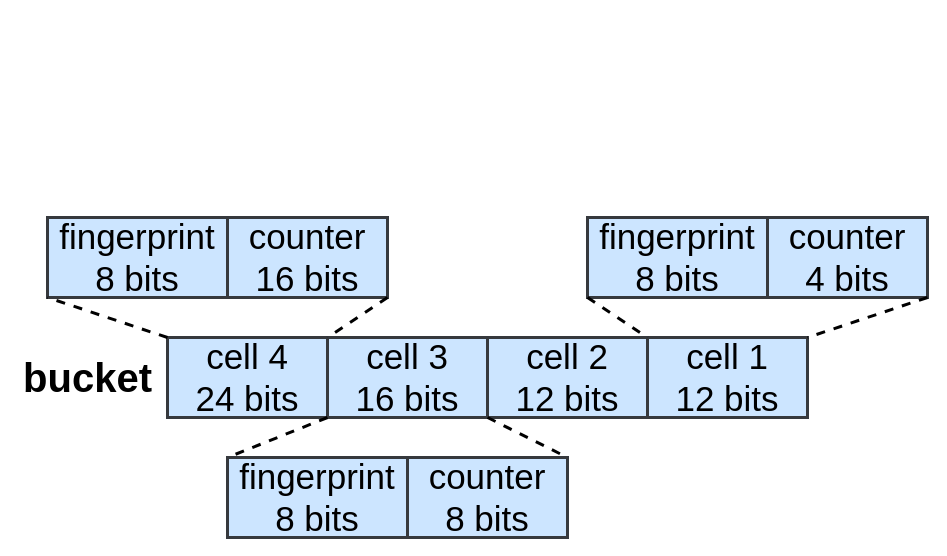
Above: page "bucket结构" (12 of 16) of 未命名绘图.drawio in sql0316/hello-world (draw.io), before the change. Source tidied: cells renumbered, new cells numbered last; positions are measured from the earlier drawing's top-left corner, leaving out a move shared by most shapes. Both pictures are drawn from the tidied source at 100%, with x=0, y=0 at pixel (17, 217).
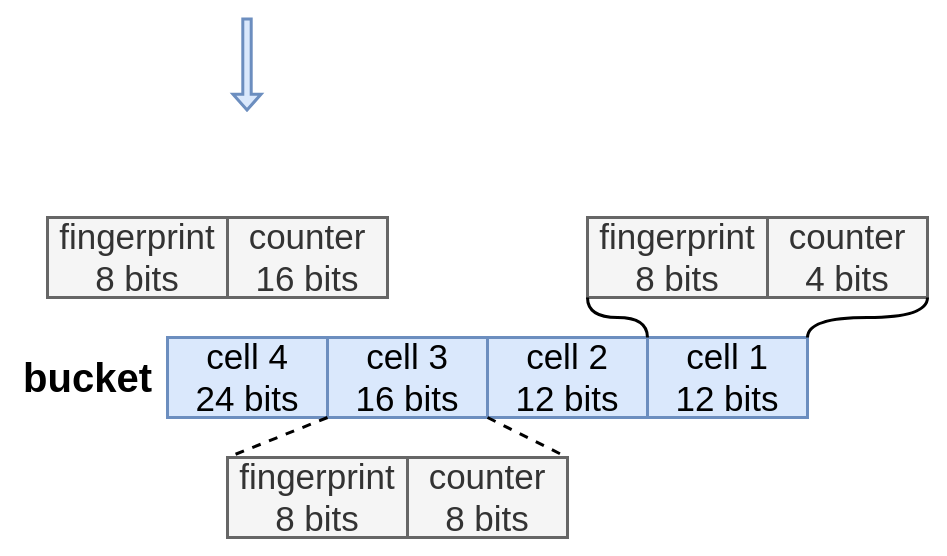
Above is the later version.

Commit message:
更新未命名绘图.drawio

Change to the diagram source:
```diff
@@
 <mxGraphModel>
   <root>
     <mxCell id="0" />
     <mxCell id="1" parent="0" />
-    <mxCell id="2" value="&lt;font style=&quot;font-size: 35px&quot;&gt;cell 1&lt;br&gt;12 bits&lt;br&gt;&lt;/font&gt;" style="rounded=0;whiteSpace=wrap;html=1;fontFamily=Helvetica;strokeWidth=3;fillColor=#cce5ff;strokeColor=#36393d;" parent="1" vertex="1">
+    <mxCell id="2" value="&lt;font style=&quot;font-size: 35px&quot;&gt;cell 1&lt;br&gt;12 bits&lt;br&gt;&lt;/font&gt;" style="rounded=0;whiteSpace=wrap;html=1;fontFamily=Helvetica;strokeWidth=3;fillColor=#dae8fc;strokeColor=#6c8ebf;" parent="1" vertex="1">
       <mxGeometry x="630" y="120" width="160" height="80" as="geometry" />
     </mxCell>
-    <mxCell id="3" value="&lt;font style=&quot;font-size: 35px&quot;&gt;cell 2&lt;br&gt;12 bits&lt;br&gt;&lt;/font&gt;" style="rounded=0;whiteSpace=wrap;html=1;fontFamily=Helvetica;strokeWidth=3;fillColor=#cce5ff;strokeColor=#36393d;" parent="1" vertex="1">
+    <mxCell id="3" value="&lt;font style=&quot;font-size: 35px&quot;&gt;cell 2&lt;br&gt;12 bits&lt;br&gt;&lt;/font&gt;" style="rounded=0;whiteSpace=wrap;html=1;fontFamily=Helvetica;strokeWidth=3;fillColor=#dae8fc;strokeColor=#6c8ebf;" parent="1" vertex="1">
       <mxGeometry x="470" y="120" width="160" height="80" as="geometry" />
     </mxCell>
-    <mxCell id="4" value="&lt;font style=&quot;font-size: 35px&quot;&gt;cell 3&lt;br&gt;16 bits&lt;br&gt;&lt;/font&gt;" style="rounded=0;whiteSpace=wrap;html=1;fontFamily=Helvetica;strokeWidth=3;fillColor=#cce5ff;strokeColor=#36393d;" parent="1" vertex="1">
+    <mxCell id="4" value="&lt;font style=&quot;font-size: 35px&quot;&gt;cell 3&lt;br&gt;16 bits&lt;br&gt;&lt;/font&gt;" style="rounded=0;whiteSpace=wrap;html=1;fontFamily=Helvetica;strokeWidth=3;fillColor=#dae8fc;strokeColor=#6c8ebf;" parent="1" vertex="1">
       <mxGeometry x="310" y="120" width="160" height="80" as="geometry" />
     </mxCell>
-    <mxCell id="5" value="&lt;font style=&quot;font-size: 35px&quot;&gt;cell 4&lt;br&gt;24 bits&lt;br&gt;&lt;/font&gt;" style="rounded=0;whiteSpace=wrap;html=1;fontFamily=Helvetica;strokeWidth=3;fillColor=#cce5ff;strokeColor=#36393d;" parent="1" vertex="1">
+    <mxCell id="5" value="&lt;font style=&quot;font-size: 35px&quot;&gt;cell 4&lt;br&gt;24 bits&lt;br&gt;&lt;/font&gt;" style="rounded=0;whiteSpace=wrap;html=1;fontFamily=Helvetica;strokeWidth=3;fillColor=#dae8fc;strokeColor=#6c8ebf;" parent="1" vertex="1">
       <mxGeometry x="150" y="120" width="160" height="80" as="geometry" />
     </mxCell>
-    <mxCell id="6" value="&lt;font style=&quot;font-size: 35px&quot;&gt;fingerprint&lt;br&gt;8 bits&lt;br&gt;&lt;/font&gt;" style="rounded=0;whiteSpace=wrap;html=1;fontFamily=Helvetica;strokeWidth=3;fillColor=#cce5ff;strokeColor=#36393d;" parent="1" vertex="1">
+    <mxCell id="6" value="&lt;font style=&quot;font-size: 35px&quot;&gt;fingerprint&lt;br&gt;8 bits&lt;br&gt;&lt;/font&gt;" style="rounded=0;whiteSpace=wrap;html=1;fontFamily=Helvetica;strokeWidth=3;fillColor=#f5f5f5;strokeColor=#666666;fontColor=#333333;" parent="1" vertex="1">
       <mxGeometry x="570" width="180" height="80" as="geometry" />
     </mxCell>
-    <mxCell id="7" value="&lt;font style=&quot;font-size: 35px&quot;&gt;counter&lt;br&gt;4 bits&lt;br&gt;&lt;/font&gt;" style="rounded=0;whiteSpace=wrap;html=1;fontFamily=Helvetica;strokeWidth=3;fillColor=#cce5ff;strokeColor=#36393d;" parent="1" vertex="1">
+    <mxCell id="7" value="&lt;font style=&quot;font-size: 35px&quot;&gt;counter&lt;br&gt;4 bits&lt;br&gt;&lt;/font&gt;" style="rounded=0;whiteSpace=wrap;html=1;fontFamily=Helvetica;strokeWidth=3;fillColor=#f5f5f5;strokeColor=#666666;fontColor=#333333;" parent="1" vertex="1">
       <mxGeometry x="750" width="160" height="80" as="geometry" />
     </mxCell>
-    <mxCell id="8" style="rounded=1;jumpStyle=gap;jumpSize=6;jettySize=auto;html=1;exitX=0;exitY=1;exitDx=0;exitDy=0;shadow=0;fontFamily=Helvetica;fontSize=35;fontColor=#D4E1F5;startArrow=none;startFill=0;endArrow=none;endFill=0;strokeWidth=3;entryX=1;entryY=0;entryDx=0;entryDy=0;dashed=1;" parent="1" edge="1" source="6" target="3">
+    <mxCell id="8" style="jumpStyle=gap;jumpSize=6;jettySize=auto;html=1;exitX=0;exitY=1;exitDx=0;exitDy=0;shadow=0;fontFamily=Helvetica;fontSize=35;fontColor=#D4E1F5;startArrow=none;startFill=0;endArrow=none;endFill=0;strokeWidth=3;entryX=1;entryY=0;entryDx=0;entryDy=0;edgeStyle=orthogonalEdgeStyle;curved=1;" parent="1" edge="1" source="6" target="3">
       <mxGeometry relative="1" as="geometry" />
     </mxCell>
-    <mxCell id="9" style="rounded=1;jumpStyle=gap;jumpSize=6;jettySize=auto;html=1;exitX=1;exitY=1;exitDx=0;exitDy=0;shadow=0;fontFamily=Helvetica;fontSize=35;fontColor=#D4E1F5;startArrow=none;startFill=0;endArrow=none;endFill=0;strokeWidth=3;entryX=1;entryY=0;entryDx=0;entryDy=0;dashed=1;" parent="1" edge="1" source="7" target="2">
+    <mxCell id="9" style="jumpStyle=gap;jumpSize=6;jettySize=auto;html=1;exitX=1;exitY=1;exitDx=0;exitDy=0;shadow=0;fontFamily=Helvetica;fontSize=35;fontColor=#D4E1F5;startArrow=none;startFill=0;endArrow=none;endFill=0;strokeWidth=3;entryX=1;entryY=0;entryDx=0;entryDy=0;edgeStyle=orthogonalEdgeStyle;curved=1;" parent="1" edge="1" source="7" target="2">
       <mxGeometry relative="1" as="geometry" />
     </mxCell>
-    <mxCell id="10" value="&lt;font style=&quot;font-size: 35px&quot;&gt;fingerprint&lt;br&gt;8 bits&lt;br&gt;&lt;/font&gt;" style="rounded=0;whiteSpace=wrap;html=1;fontFamily=Helvetica;strokeWidth=3;fillColor=#cce5ff;strokeColor=#36393d;" parent="1" vertex="1">
+    <mxCell id="10" value="&lt;font style=&quot;font-size: 35px&quot;&gt;fingerprint&lt;br&gt;8 bits&lt;br&gt;&lt;/font&gt;" style="rounded=0;whiteSpace=wrap;html=1;fontFamily=Helvetica;strokeWidth=3;fillColor=#f5f5f5;strokeColor=#666666;fontColor=#333333;" parent="1" vertex="1">
       <mxGeometry x="210" y="240" width="180" height="80" as="geometry" />
     </mxCell>
-    <mxCell id="11" value="&lt;font style=&quot;font-size: 35px&quot;&gt;counter&lt;br&gt;8 bits&lt;br&gt;&lt;/font&gt;" style="rounded=0;whiteSpace=wrap;html=1;fontFamily=Helvetica;strokeWidth=3;fillColor=#cce5ff;strokeColor=#36393d;" parent="1" vertex="1">
+    <mxCell id="11" value="&lt;font style=&quot;font-size: 35px&quot;&gt;counter&lt;br&gt;8 bits&lt;br&gt;&lt;/font&gt;" style="rounded=0;whiteSpace=wrap;html=1;fontFamily=Helvetica;strokeWidth=3;fillColor=#f5f5f5;strokeColor=#666666;fontColor=#333333;" parent="1" vertex="1">
       <mxGeometry x="390" y="240" width="160" height="80" as="geometry" />
     </mxCell>
     <mxCell id="12" style="rounded=1;jumpStyle=gap;jumpSize=6;jettySize=auto;html=1;exitX=0;exitY=1;exitDx=0;exitDy=0;shadow=0;fontFamily=Helvetica;fontSize=35;fontColor=#D4E1F5;startArrow=none;startFill=0;endArrow=none;endFill=0;strokeWidth=3;entryX=0;entryY=0;entryDx=0;entryDy=0;dashed=1;" parent="1" edge="1" source="4" target="10">
       <mxGeometry relative="1" as="geometry" />
     </mxCell>
     <mxCell id="13" style="rounded=1;jumpStyle=gap;jumpSize=6;jettySize=auto;html=1;exitX=1;exitY=1;exitDx=0;exitDy=0;shadow=0;fontFamily=Helvetica;fontSize=35;fontColor=#D4E1F5;startArrow=none;startFill=0;endArrow=none;endFill=0;strokeWidth=3;entryX=1;entryY=0;entryDx=0;entryDy=0;dashed=1;" parent="1" edge="1" source="4" target="11">
       <mxGeometry relative="1" as="geometry" />
     </mxCell>
-    <mxCell id="14" value="&lt;font style=&quot;font-size: 35px&quot;&gt;fingerprint&lt;br&gt;8 bits&lt;br&gt;&lt;/font&gt;" style="rounded=0;whiteSpace=wrap;html=1;fontFamily=Helvetica;strokeWidth=3;fillColor=#cce5ff;strokeColor=#36393d;" parent="1" vertex="1">
+    <mxCell id="14" value="&lt;font style=&quot;font-size: 35px&quot;&gt;fingerprint&lt;br&gt;8 bits&lt;br&gt;&lt;/font&gt;" style="rounded=0;whiteSpace=wrap;html=1;fontFamily=Helvetica;strokeWidth=3;fillColor=#f5f5f5;strokeColor=#666666;fontColor=#333333;" parent="1" vertex="1">
       <mxGeometry x="30" width="180" height="80" as="geometry" />
     </mxCell>
-    <mxCell id="15" value="&lt;font style=&quot;font-size: 35px&quot;&gt;counter&lt;br&gt;16 bits&lt;br&gt;&lt;/font&gt;" style="rounded=0;whiteSpace=wrap;html=1;fontFamily=Helvetica;strokeWidth=3;fillColor=#cce5ff;strokeColor=#36393d;" parent="1" vertex="1">
+    <mxCell id="15" value="&lt;font style=&quot;font-size: 35px&quot;&gt;counter&lt;br&gt;16 bits&lt;br&gt;&lt;/font&gt;" style="rounded=0;whiteSpace=wrap;html=1;fontFamily=Helvetica;strokeWidth=3;fillColor=#f5f5f5;strokeColor=#666666;fontColor=#333333;" parent="1" vertex="1">
       <mxGeometry x="210" width="160" height="80" as="geometry" />
     </mxCell>
-    <mxCell id="16" style="rounded=1;jumpStyle=gap;jumpSize=6;jettySize=auto;html=1;exitX=0;exitY=0;exitDx=0;exitDy=0;shadow=0;fontFamily=Helvetica;fontSize=35;fontColor=#D4E1F5;startArrow=none;startFill=0;endArrow=none;endFill=0;strokeWidth=3;entryX=0;entryY=1;entryDx=0;entryDy=0;dashed=1;" parent="1" edge="1" source="5" target="14">
-      <mxGeometry relative="1" as="geometry" />
-    </mxCell>
-    <mxCell id="17" style="rounded=1;jumpStyle=gap;jumpSize=6;jettySize=auto;html=1;exitX=1;exitY=1;exitDx=0;exitDy=0;shadow=0;fontFamily=Helvetica;fontSize=35;fontColor=#D4E1F5;startArrow=none;startFill=0;endArrow=none;endFill=0;strokeWidth=3;entryX=1;entryY=0;entryDx=0;entryDy=0;dashed=1;" parent="1" edge="1" source="15" target="5">
-      <mxGeometry relative="1" as="geometry" />
-    </mxCell>
     <mxCell id="18" value="&lt;font style=&quot;font-size: 40px&quot;&gt;bucket&lt;/font&gt;" style="text;html=1;align=center;verticalAlign=middle;fontStyle=1;fontFamily=Helvetica;fontSize=30;strokeWidth=3;" parent="1" vertex="1">
       <mxGeometry y="135" width="140" height="50" as="geometry" />
     </mxCell>
+    <mxCell id="19" style="edgeStyle=none;rounded=0;orthogonalLoop=1;jettySize=auto;html=1;fontFamily=Helvetica;endArrow=block;endFill=1;strokeWidth=3;shape=flexArrow;endWidth=16.6;endSize=4.25;width=6.4;fillColor=#dae8fc;strokeColor=#6c8ebf;exitX=0.5;exitY=1;exitDx=0;exitDy=0;entryX=0.663;entryY=-0.9;entryDx=0;entryDy=0;entryPerimeter=0;" parent="1" edge="1">
+      <mxGeometry relative="1" as="geometry">
+        <mxPoint x="229.5" y="-200" as="sourcePoint" />
+        <mxPoint x="229.5" y="-106" as="targetPoint" />
+      </mxGeometry>
+    </mxCell>
   </root>
 </mxGraphModel>
```
